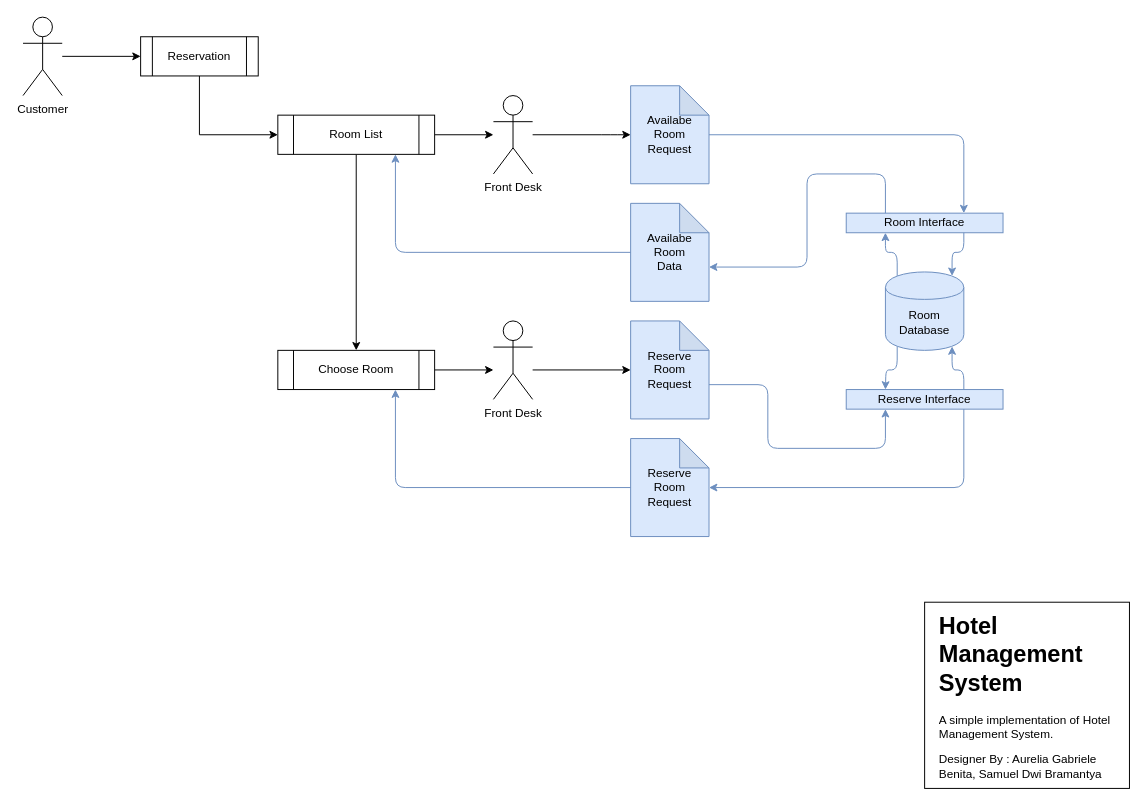
Earlier version of the draw.io diagram ASD-TR-Management Diagram.drawio (wowotek/ASD-TR-HotelManagement). Source tidied: cells renumbered, new cells numbered last; positions are measured from the earlier drawing's top-left corner, leaving out a move shared by most shapes. Both pictures are drawn from the tidied source at 98%, with x=0, y=0 at pixel (23, 17).
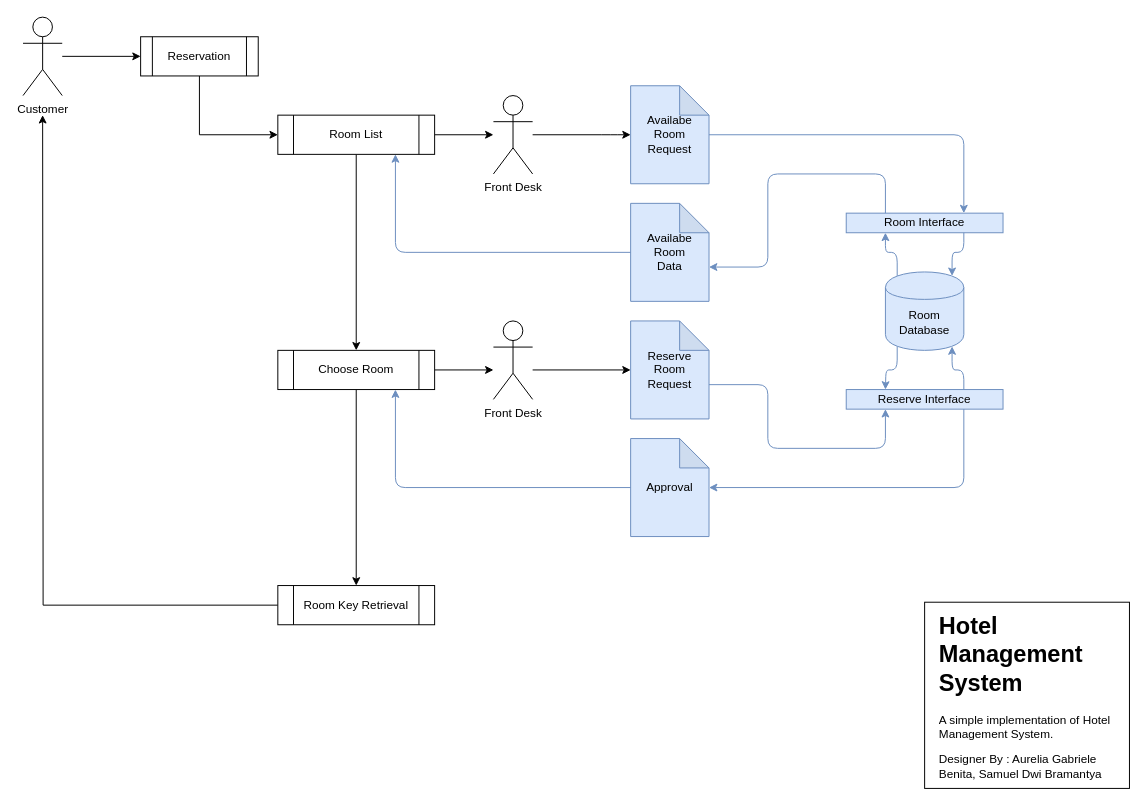
Above is the later version.

Unchanged cells that the change refers to:
```xml
<mxCell id="18" value="&lt;div&gt;Availabe&lt;/div&gt;&lt;div&gt;Room&lt;/div&gt;&lt;div&gt;Data&lt;br&gt;&lt;/div&gt;" style="shape=note;whiteSpace=wrap;html=1;backgroundOutline=1;darkOpacity=0.05;fillColor=#dae8fc;strokeColor=#6c8ebf;" parent="1" vertex="1">
  <mxGeometry x="620" y="190" width="80" height="100" as="geometry" />
</mxCell>
<mxCell id="22" value="Room Interface" style="rounded=0;whiteSpace=wrap;html=1;fillColor=#dae8fc;strokeColor=#6c8ebf;" parent="1" vertex="1">
  <mxGeometry x="840" y="200" width="160" height="20" as="geometry" />
</mxCell>
<mxCell id="34" value="Choose Room" style="shape=process;whiteSpace=wrap;html=1;backgroundOutline=1;shadow=0;" parent="1" vertex="1">
  <mxGeometry x="260" y="340" width="160" height="40" as="geometry" />
</mxCell>
```

The edit, as a diff of the source:
```diff
@@
-    <mxCell id="20" value="&lt;div&gt;Reserve&lt;/div&gt;&lt;div&gt;Room&lt;/div&gt;&lt;div&gt;Request&lt;br&gt;&lt;/div&gt;" style="shape=note;whiteSpace=wrap;html=1;backgroundOutline=1;darkOpacity=0.05;fillColor=#dae8fc;strokeColor=#6c8ebf;" parent="1" vertex="1">
+    <mxCell id="20" value="&lt;div&gt;Approval&lt;/div&gt;" style="shape=note;whiteSpace=wrap;html=1;backgroundOutline=1;darkOpacity=0.05;fillColor=#dae8fc;strokeColor=#6c8ebf;" parent="1" vertex="1">
       <mxGeometry x="620" y="430" width="80" height="100" as="geometry" />
     </mxCell>
@@
     <mxCell id="27" style="endArrow=classic;html=1;exitX=0.25;exitY=0;exitDx=0;exitDy=0;entryX=0;entryY=0;entryDx=80;entryDy=65;entryPerimeter=0;edgeStyle=orthogonalEdgeStyle;fillColor=#dae8fc;strokeColor=#6c8ebf;" parent="1" edge="1" source="22" target="18">
       <mxGeometry relative="1" as="geometry">
         <Array as="points">
           <mxPoint x="880" y="160" />
-          <mxPoint x="800" y="160" />
-          <mxPoint x="800" y="255" />
+          <mxPoint x="760" y="160" />
+          <mxPoint x="760" y="255" />
         </Array>
       </mxGeometry>
     </mxCell>
@@
+    <mxCell id="36" style="edgeStyle=orthogonalEdgeStyle;rounded=0;jettySize=auto;html=1;exitX=0.5;exitY=1;exitDx=0;exitDy=0;entryX=0.5;entryY=0;entryDx=0;entryDy=0;startArrow=none;startFill=0;endArrow=classic;endFill=1;" parent="1" edge="1" source="34" target="38">
+      <mxGeometry relative="1" as="geometry" />
+    </mxCell>
@@
+    <mxCell id="37" style="edgeStyle=orthogonalEdgeStyle;rounded=0;jettySize=auto;html=1;exitX=0;exitY=0.5;exitDx=0;exitDy=0;startArrow=none;startFill=0;endArrow=classic;endFill=1;" parent="1" edge="1" source="38">
+      <mxGeometry relative="1" as="geometry">
+        <mxPoint x="20" y="100" as="targetPoint" />
+      </mxGeometry>
+    </mxCell>
+    <mxCell id="38" value="&lt;div&gt;Room Key Retrieval&lt;/div&gt;" style="shape=process;whiteSpace=wrap;html=1;backgroundOutline=1;shadow=0;" parent="1" vertex="1">
+      <mxGeometry x="260" y="580" width="160" height="40" as="geometry" />
+    </mxCell>
```
